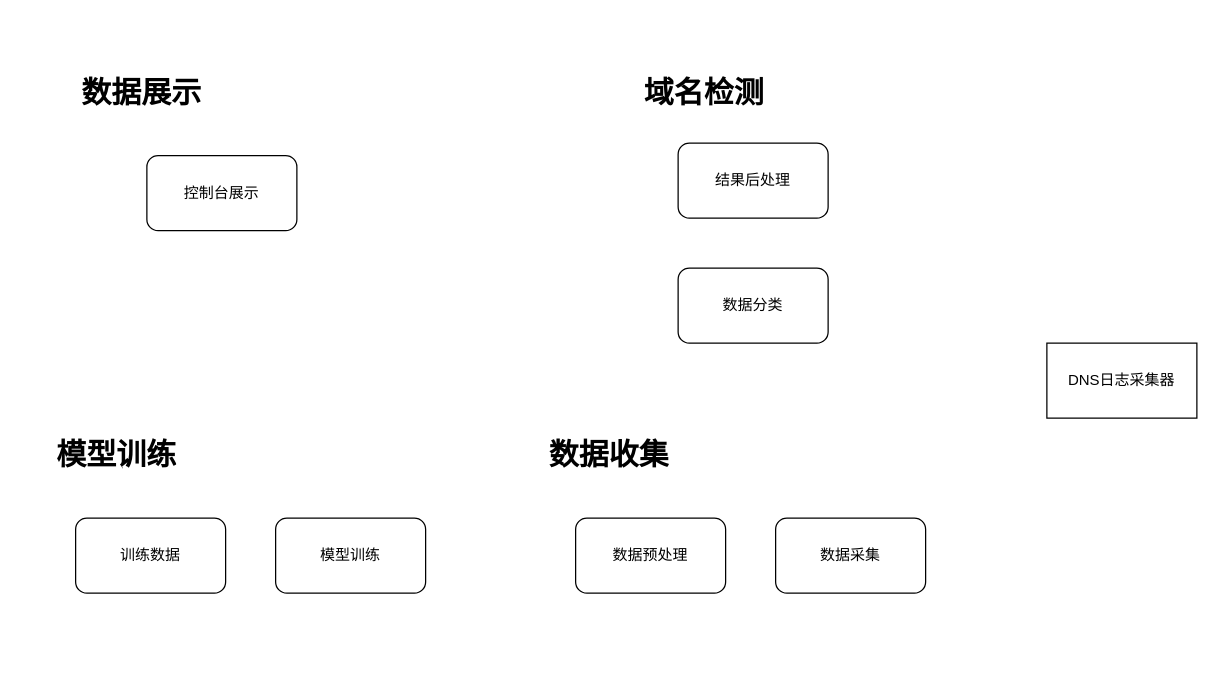
Earlier version of the draw.io diagram 域名分析系统.drawio (yuxibiwin/draw). Source tidied: cells renumbered, new cells numbered last; positions are measured from the earlier drawing's top-left corner, leaving out a move shared by most shapes. Both pictures are drawn from the tidied source at 125%, with x=0, y=0 at pixel (50, 68).
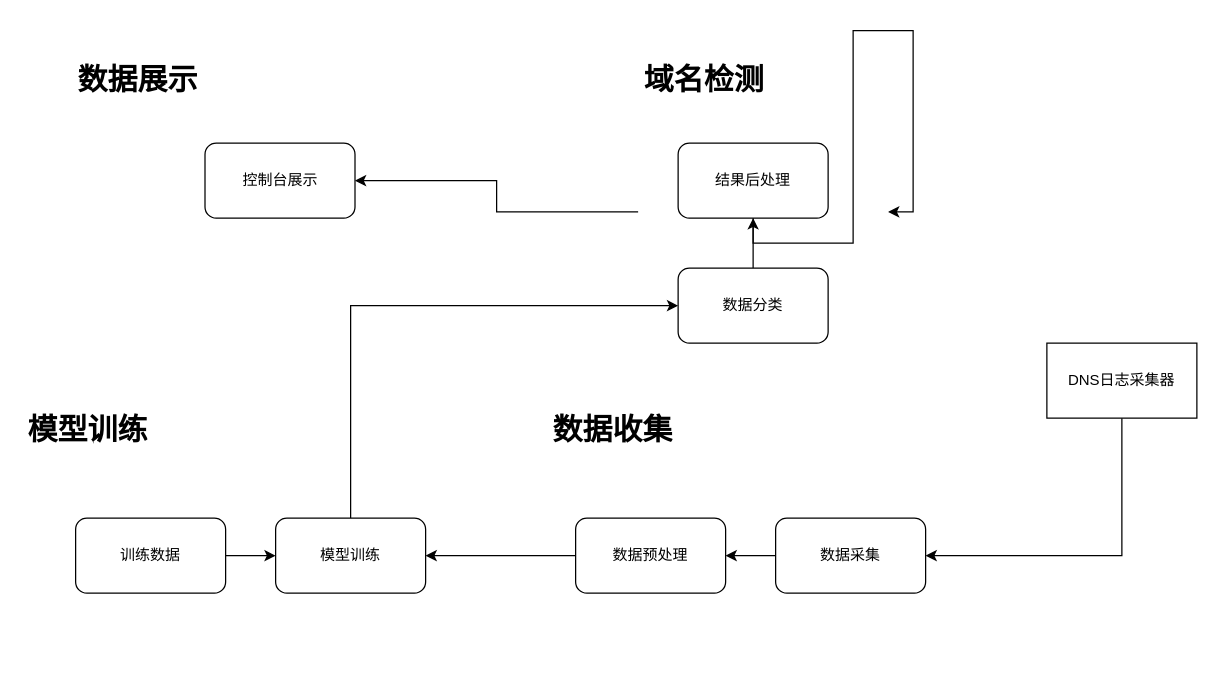
The same page after the edit.

Commit message (it also covers changes not shown here):
更新域名分析系统.drawio

Unchanged cells that the change refers to:
```xml
<mxCell id="2" value="DNS日志采集器" style="rounded=0;whiteSpace=wrap;html=1;" parent="1" vertex="1">
  <mxGeometry x="797" y="220" width="120" height="60" as="geometry" />
</mxCell>
<mxCell id="3" value="结果后处理" style="rounded=1;whiteSpace=wrap;html=1;" parent="1" vertex="1">
  <mxGeometry x="502" y="60" width="120" height="60" as="geometry" />
</mxCell>
<mxCell id="4" value="数据采集" style="rounded=1;whiteSpace=wrap;html=1;" parent="1" vertex="1">
  <mxGeometry x="580" y="360" width="120" height="60" as="geometry" />
</mxCell>
<mxCell id="5" value="数据预处理" style="rounded=1;whiteSpace=wrap;html=1;" parent="1" vertex="1">
  <mxGeometry x="420" y="360" width="120" height="60" as="geometry" />
</mxCell>
<mxCell id="6" value="训练数据" style="rounded=1;whiteSpace=wrap;html=1;" parent="1" vertex="1">
  <mxGeometry x="20" y="360" width="120" height="60" as="geometry" />
</mxCell>
<mxCell id="7" value="模型训练" style="rounded=1;whiteSpace=wrap;html=1;" parent="1" vertex="1">
  <mxGeometry x="180" y="360" width="120" height="60" as="geometry" />
</mxCell>
<mxCell id="8" value="数据分类" style="rounded=1;whiteSpace=wrap;html=1;" parent="1" vertex="1">
  <mxGeometry x="502" y="160" width="120" height="60" as="geometry" />
</mxCell>
```

The edit, as a diff of the source:
```diff
@@
+    <mxCell id="14" style="edgeStyle=orthogonalEdgeStyle;rounded=0;jettySize=auto;html=1;entryX=1;entryY=0.5;entryDx=0;entryDy=0;" parent="1" edge="1" source="2" target="4">
+      <mxGeometry relative="1" as="geometry">
+        <Array as="points">
+          <mxPoint x="857" y="390" />
+        </Array>
+      </mxGeometry>
+    </mxCell>
@@
+    <mxCell id="15" style="edgeStyle=orthogonalEdgeStyle;rounded=0;jettySize=auto;html=1;entryX=1;entryY=0.5;entryDx=0;entryDy=0;" parent="1" edge="1" source="11" target="13">
+      <mxGeometry relative="1" as="geometry" />
+    </mxCell>
@@
+    <mxCell id="16" style="edgeStyle=orthogonalEdgeStyle;rounded=0;jettySize=auto;html=1;" parent="1" edge="1" source="4" target="5">
+      <mxGeometry relative="1" as="geometry" />
+    </mxCell>
@@
+    <mxCell id="17" style="edgeStyle=orthogonalEdgeStyle;rounded=0;jettySize=auto;html=1;entryX=1;entryY=0.5;entryDx=0;entryDy=0;" parent="1" edge="1" source="5" target="7">
+      <mxGeometry relative="1" as="geometry" />
+    </mxCell>
@@
+    <mxCell id="18" style="edgeStyle=orthogonalEdgeStyle;rounded=0;jettySize=auto;html=1;" parent="1" edge="1" source="6" target="7">
+      <mxGeometry relative="1" as="geometry" />
+    </mxCell>
@@
+    <mxCell id="19" style="edgeStyle=orthogonalEdgeStyle;rounded=0;jettySize=auto;html=1;exitX=0.5;exitY=0;exitDx=0;exitDy=0;entryX=0;entryY=0.5;entryDx=0;entryDy=0;" parent="1" edge="1" source="7" target="8">
+      <mxGeometry relative="1" as="geometry" />
+    </mxCell>
@@
+    <mxCell id="20" style="edgeStyle=orthogonalEdgeStyle;rounded=0;jettySize=auto;html=1;" parent="1" edge="1" source="8" target="3">
+      <mxGeometry relative="1" as="geometry" />
+    </mxCell>
@@
     <mxCell id="9" value="&lt;h1&gt;模型训练&lt;/h1&gt;&lt;p&gt;&lt;br&gt;&lt;/p&gt;" style="text;html=1;strokeColor=none;fillColor=none;spacing=5;spacingTop=-20;whiteSpace=wrap;overflow=hidden;rounded=0;" parent="1" vertex="1">
-      <mxGeometry y="290" width="340" height="190" as="geometry" />
+      <mxGeometry x="-23" y="270" width="340" height="190" as="geometry" />
     </mxCell>
     <mxCell id="10" value="&lt;h1&gt;数据收集&lt;/h1&gt;&lt;p&gt;&lt;br&gt;&lt;/p&gt;" style="text;html=1;strokeColor=none;fillColor=none;spacing=5;spacingTop=-20;whiteSpace=wrap;overflow=hidden;rounded=0;" parent="1" vertex="1">
-      <mxGeometry x="394" y="290" width="346" height="190" as="geometry" />
+      <mxGeometry x="397" y="270" width="346" height="190" as="geometry" />
     </mxCell>
-    <mxCell id="11" value="&lt;h1&gt;域名检测&lt;/h1&gt;&lt;p&gt;&lt;br&gt;&lt;/p&gt;" style="text;html=1;strokeColor=none;fillColor=none;spacing=5;spacingTop=-20;whiteSpace=wrap;overflow=hidden;rounded=0;" parent="1" vertex="1">
-      <mxGeometry x="470" width="200" height="250" as="geometry" />
-    </mxCell>
     <mxCell id="12" value="&lt;h1&gt;数据展示&lt;/h1&gt;&lt;p&gt;&lt;br&gt;&lt;/p&gt;" style="text;html=1;strokeColor=none;fillColor=none;spacing=5;spacingTop=-20;whiteSpace=wrap;overflow=hidden;rounded=0;" parent="1" vertex="1">
-      <mxGeometry x="20" width="327" height="150" as="geometry" />
+      <mxGeometry x="17" y="-10" width="327" height="190" as="geometry" />
     </mxCell>
     <mxCell id="13" value="控制台展示" style="rounded=1;whiteSpace=wrap;html=1;" parent="1" vertex="1">
-      <mxGeometry x="77" y="70" width="120" height="60" as="geometry" />
+      <mxGeometry x="123.5" y="60" width="120" height="60" as="geometry" />
     </mxCell>
+    <mxCell id="21" style="edgeStyle=orthogonalEdgeStyle;rounded=0;jettySize=auto;html=1;entryX=1;entryY=0.5;entryDx=0;entryDy=0;" parent="1" edge="1" source="3" target="11">
+      <mxGeometry relative="1" as="geometry" />
+    </mxCell>
+    <mxCell id="11" value="&lt;h1&gt;域名检测&lt;/h1&gt;&lt;p&gt;&lt;br&gt;&lt;/p&gt;" style="text;html=1;strokeColor=none;fillColor=none;spacing=5;spacingTop=-20;whiteSpace=wrap;overflow=hidden;rounded=0;" parent="1" vertex="1">
+      <mxGeometry x="470" y="-10" width="200" height="250" as="geometry" />
+    </mxCell>
```
